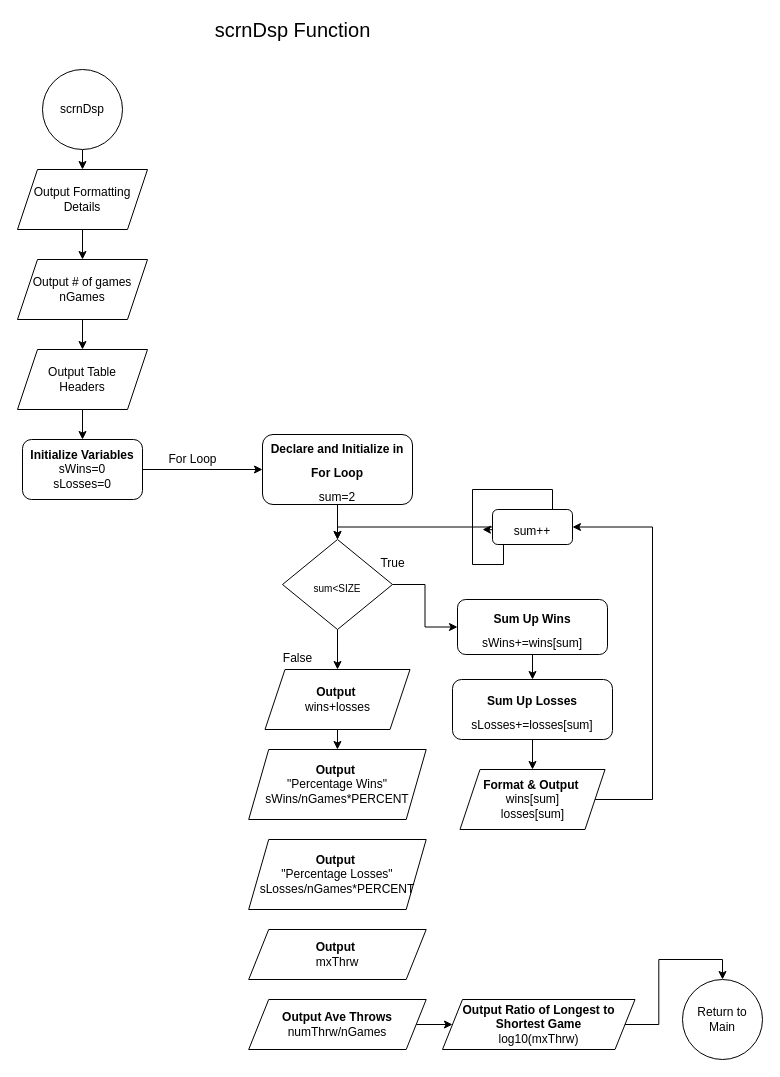
The draw.io diagram page "Page-5" (5 of 6) of Lab/Untitled Diagram.drawio in ce2791334/EnglandCody_CSC17A_49287, before the edit. Source tidied: cells renumbered, new cells numbered last; positions are measured from the earlier drawing's top-left corner, leaving out a move shared by most shapes. Both pictures are drawn from the tidied source at 100%, with x=0, y=0 at pixel (17, 19).
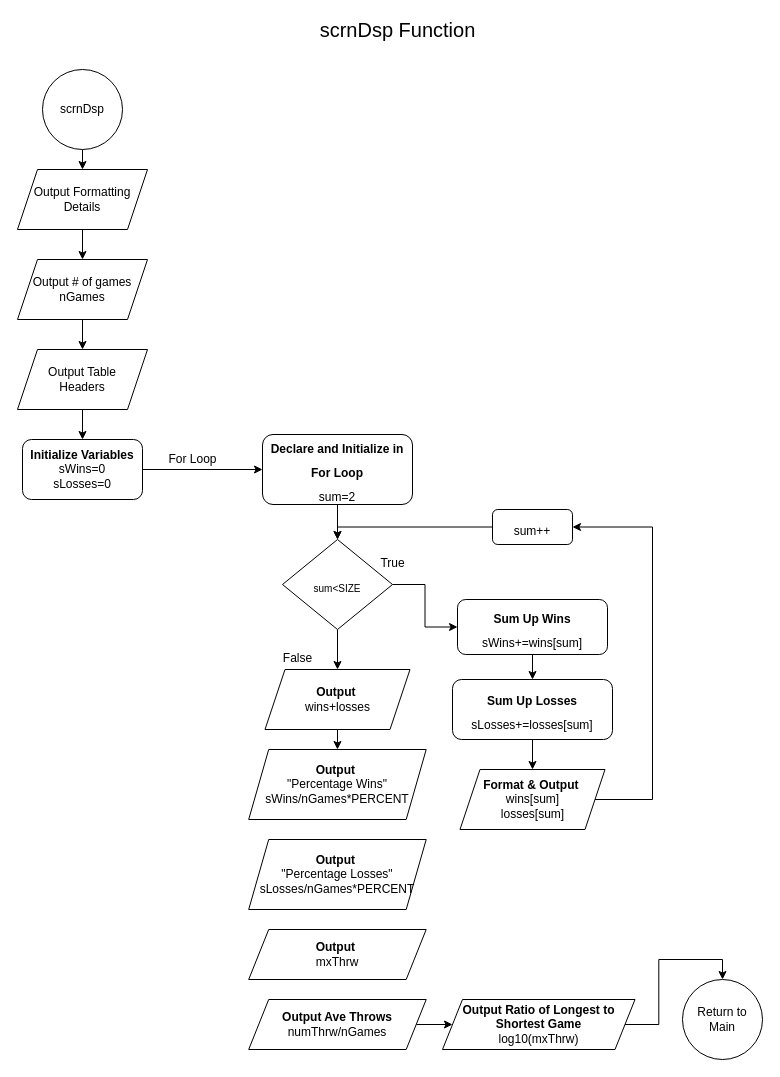
The same diagram, later.

The change refers to these unchanged cells:
```xml
<mxCell id="27" value="&lt;font style=&quot;font-size: 12px&quot;&gt;sum++&lt;br&gt;&lt;/font&gt;" style="rounded=1;whiteSpace=wrap;html=1;strokeWidth=1;fontSize=20;align=center;" parent="1" vertex="1">
  <mxGeometry x="475" y="490" width="80" height="35" as="geometry" />
</mxCell>
```

Change to the diagram source:
```diff
@@
     <mxCell id="2" value="&lt;font style=&quot;font-size: 20px&quot;&gt;scrnDsp Function&lt;/font&gt;" style="text;html=1;align=center;verticalAlign=middle;fontSize=12;" parent="1" vertex="1">
-      <mxGeometry x="190" width="170" height="20" as="geometry" />
+      <mxGeometry x="295" width="170" height="20" as="geometry" />
     </mxCell>
@@
-    <mxCell id="26" style="edgeStyle=orthogonalEdgeStyle;rounded=0;jettySize=auto;html=1;exitX=0.75;exitY=0;exitDx=0;exitDy=0;fontSize=12;" parent="1" edge="1" source="27">
-      <mxGeometry relative="1" as="geometry">
-        <mxPoint x="465" y="510" as="targetPoint" />
-      </mxGeometry>
-    </mxCell>
```
